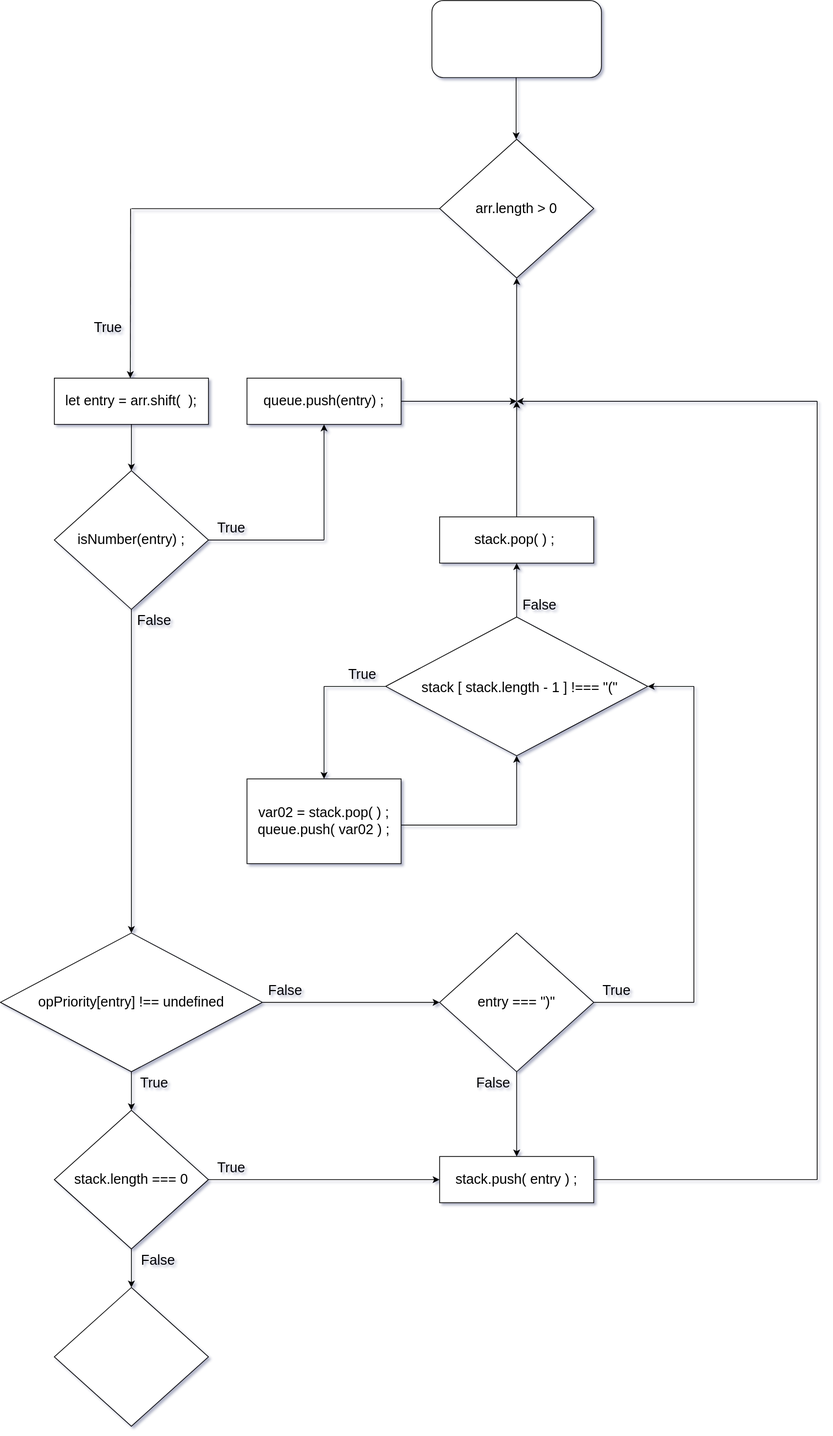
Earlier version of the draw.io export Untitled Diagram.drawio.svg (jcgm3205/jcgm3205). Source tidied: cells renumbered, new cells last; positions are measured from the earlier drawing's top-left corner, leaving out a move shared by most shapes.
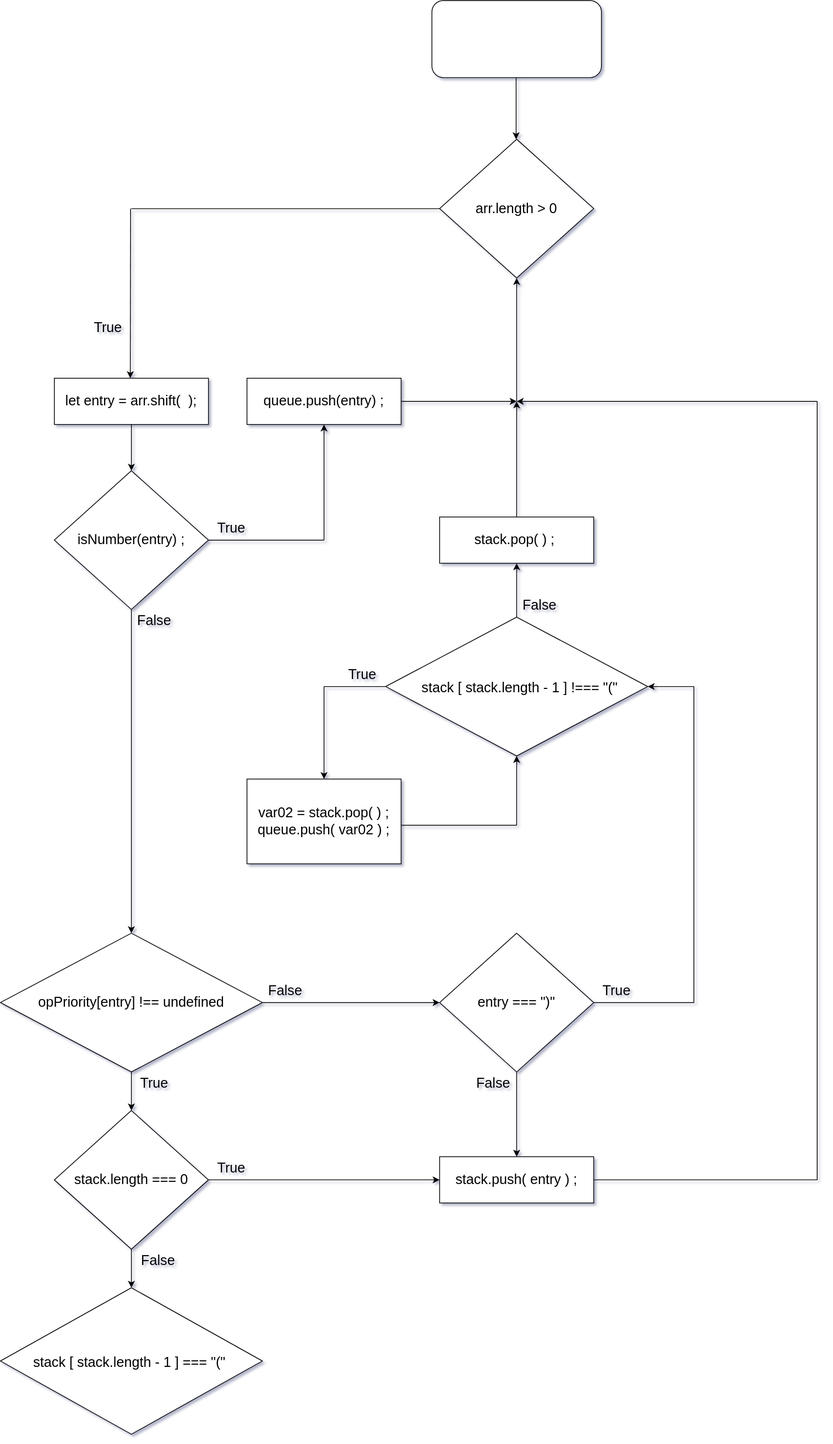
Above is the later version.

Change to the diagram source:
```diff
@@ -237,10 +237,13 @@
       </mxGeometry>
     </mxCell>
     <mxCell id="60" style="rhombus;whiteSpace=wrap;html=1;fontSize=14;" parent="1" vertex="1">
-      <mxGeometry x="70" y="1670" width="200" height="180" as="geometry" />
+      <mxGeometry y="1670" width="340" height="190" as="geometry" />
     </mxCell>
     <mxCell id="61" value="False" style="text;html=1;strokeColor=none;fillColor=none;align=center;verticalAlign=middle;whiteSpace=wrap;rounded=0;fontSize=18;" parent="1" vertex="1">
       <mxGeometry x="170" y="1620" width="70" height="30" as="geometry" />
     </mxCell>
+    <mxCell id="62" value="stack [ stack.length - 1 ] === &quot;(&quot;" style="text;whiteSpace=wrap;html=1;fontSize=18;" parent="1" vertex="1">
+      <mxGeometry x="41" y="1750" width="270" height="40" as="geometry" />
+    </mxCell>
   </root>
 </mxGraphModel>
```
